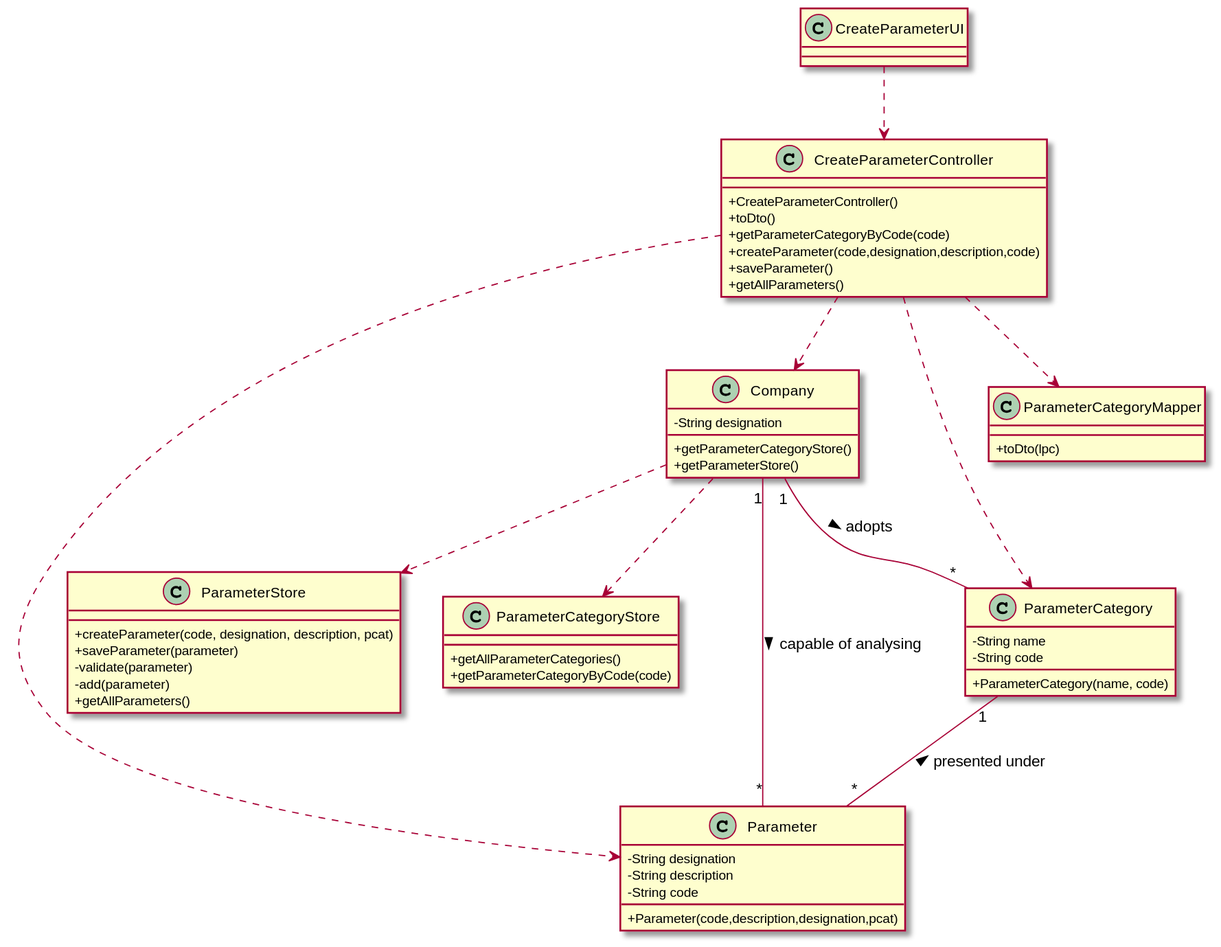
Above: docs/SprintB/US10/US10-CD.svg in 0franciscor/lei-21-s2-1de-g19 (PlantUML), before the change.
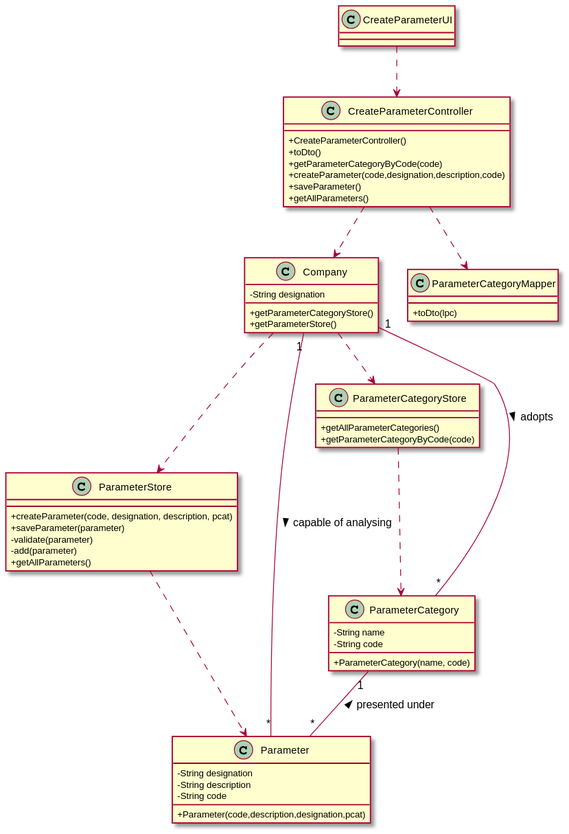
After the commit.

Diff of the diagram source:
```diff
@@ -55,12 +55,12 @@
 }
 
 CreateParameterUI ..> CreateParameterController
-CreateParameterController ..> ParameterCategory
 CreateParameterController ..> ParameterCategoryMapper
-CreateParameterController ..> Parameter
 CreateParameterController ..> Company
 Company ..> ParameterStore
 Company ..> ParameterCategoryStore
+ParameterStore ..> Parameter
+ParameterCategoryStore ..> ParameterCategory
 
 Company "1" -- "*" Parameter : > capable of analysing
 Company "1" -- "*" ParameterCategory : > adopts
```
